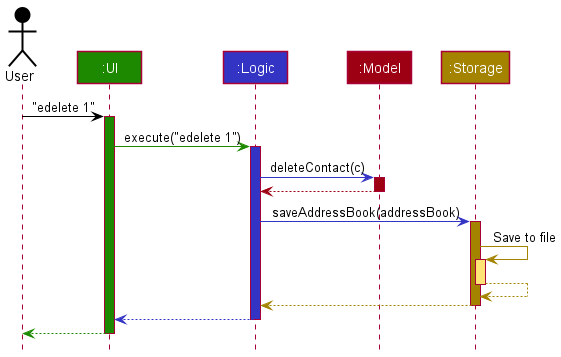
This is docs/images/ArchitectureSequenceDiagram.png from xiangjunn/tp, a PlantUML export, as it was before one commit.
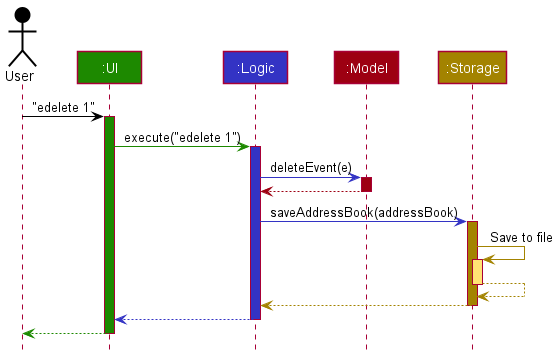
After the commit.

Change to the diagram source:
```diff
@@ -13,7 +13,7 @@
 ui -[UI_COLOR]> logic : execute("edelete 1")
 activate logic LOGIC_COLOR
 
-logic -[LOGIC_COLOR]> model : deleteContact(c)
+logic -[LOGIC_COLOR]> model : deleteEvent(e)
 activate model MODEL_COLOR
 
 model -[MODEL_COLOR]-> logic
```
